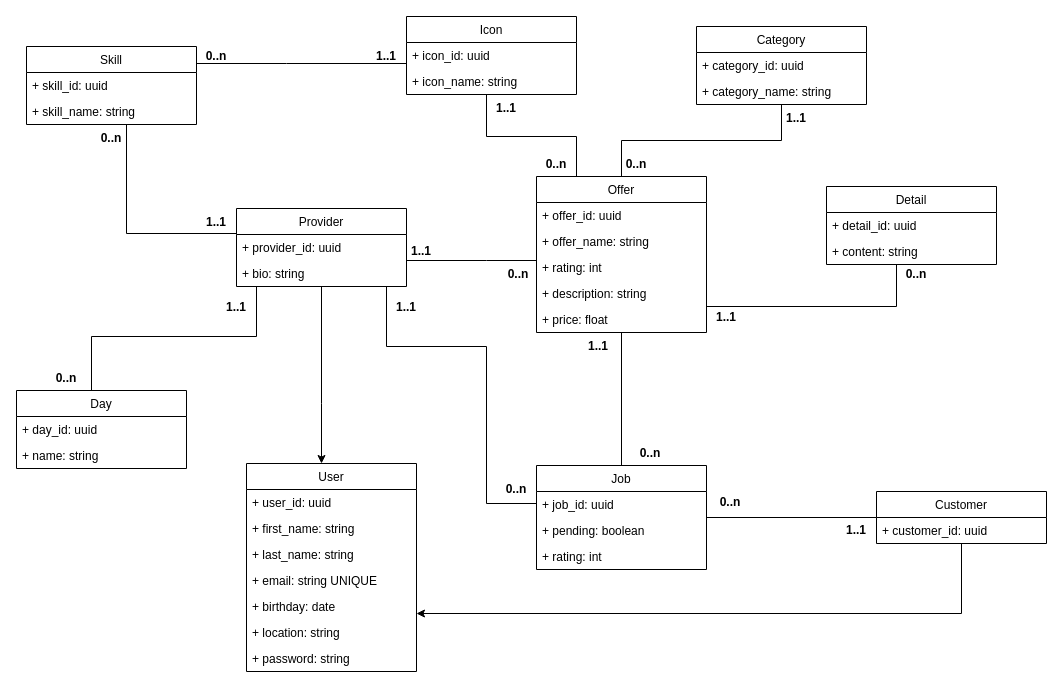
Ignema/Bricoly keeps this draw.io diagram as page "Class" (1 of 4) of res/UML/conception.drawio. Above is the earlier version. Source tidied: cells renumbered, new cells numbered last; positions are measured from the earlier drawing's top-left corner, leaving out a move shared by most shapes. Both pictures are drawn from the tidied source at 100%, with x=0, y=0 at pixel (16, 16).
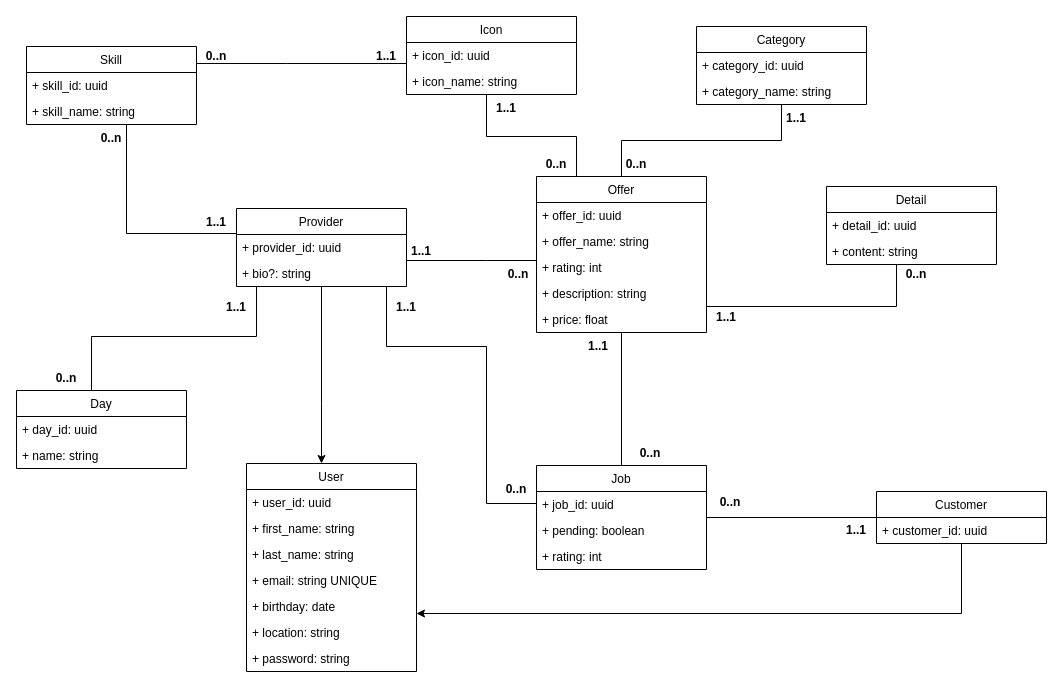
After the change.

The change refers to these unchanged cells:
```xml
<mxCell id="5" value="Provider" style="swimlane;fontStyle=0;horizontal=1;startSize=26;fillColor=none;" parent="1" vertex="1">
  <mxGeometry x="220" y="192" width="170" height="78" as="geometry" />
</mxCell>
```

Diff of the diagram source:
```diff
@@
-    <mxCell id="7" value="+ bio: string" style="text;strokeColor=none;fillColor=none;align=left;verticalAlign=top;spacingLeft=4;spacingRight=4;overflow=hidden;" parent="5" vertex="1">
+    <mxCell id="7" value="+ bio?: string" style="text;strokeColor=none;fillColor=none;align=left;verticalAlign=top;spacingLeft=4;spacingRight=4;overflow=hidden;" parent="5" vertex="1">
       <mxGeometry y="52" width="170" height="26" as="geometry" />
     </mxCell>
```
